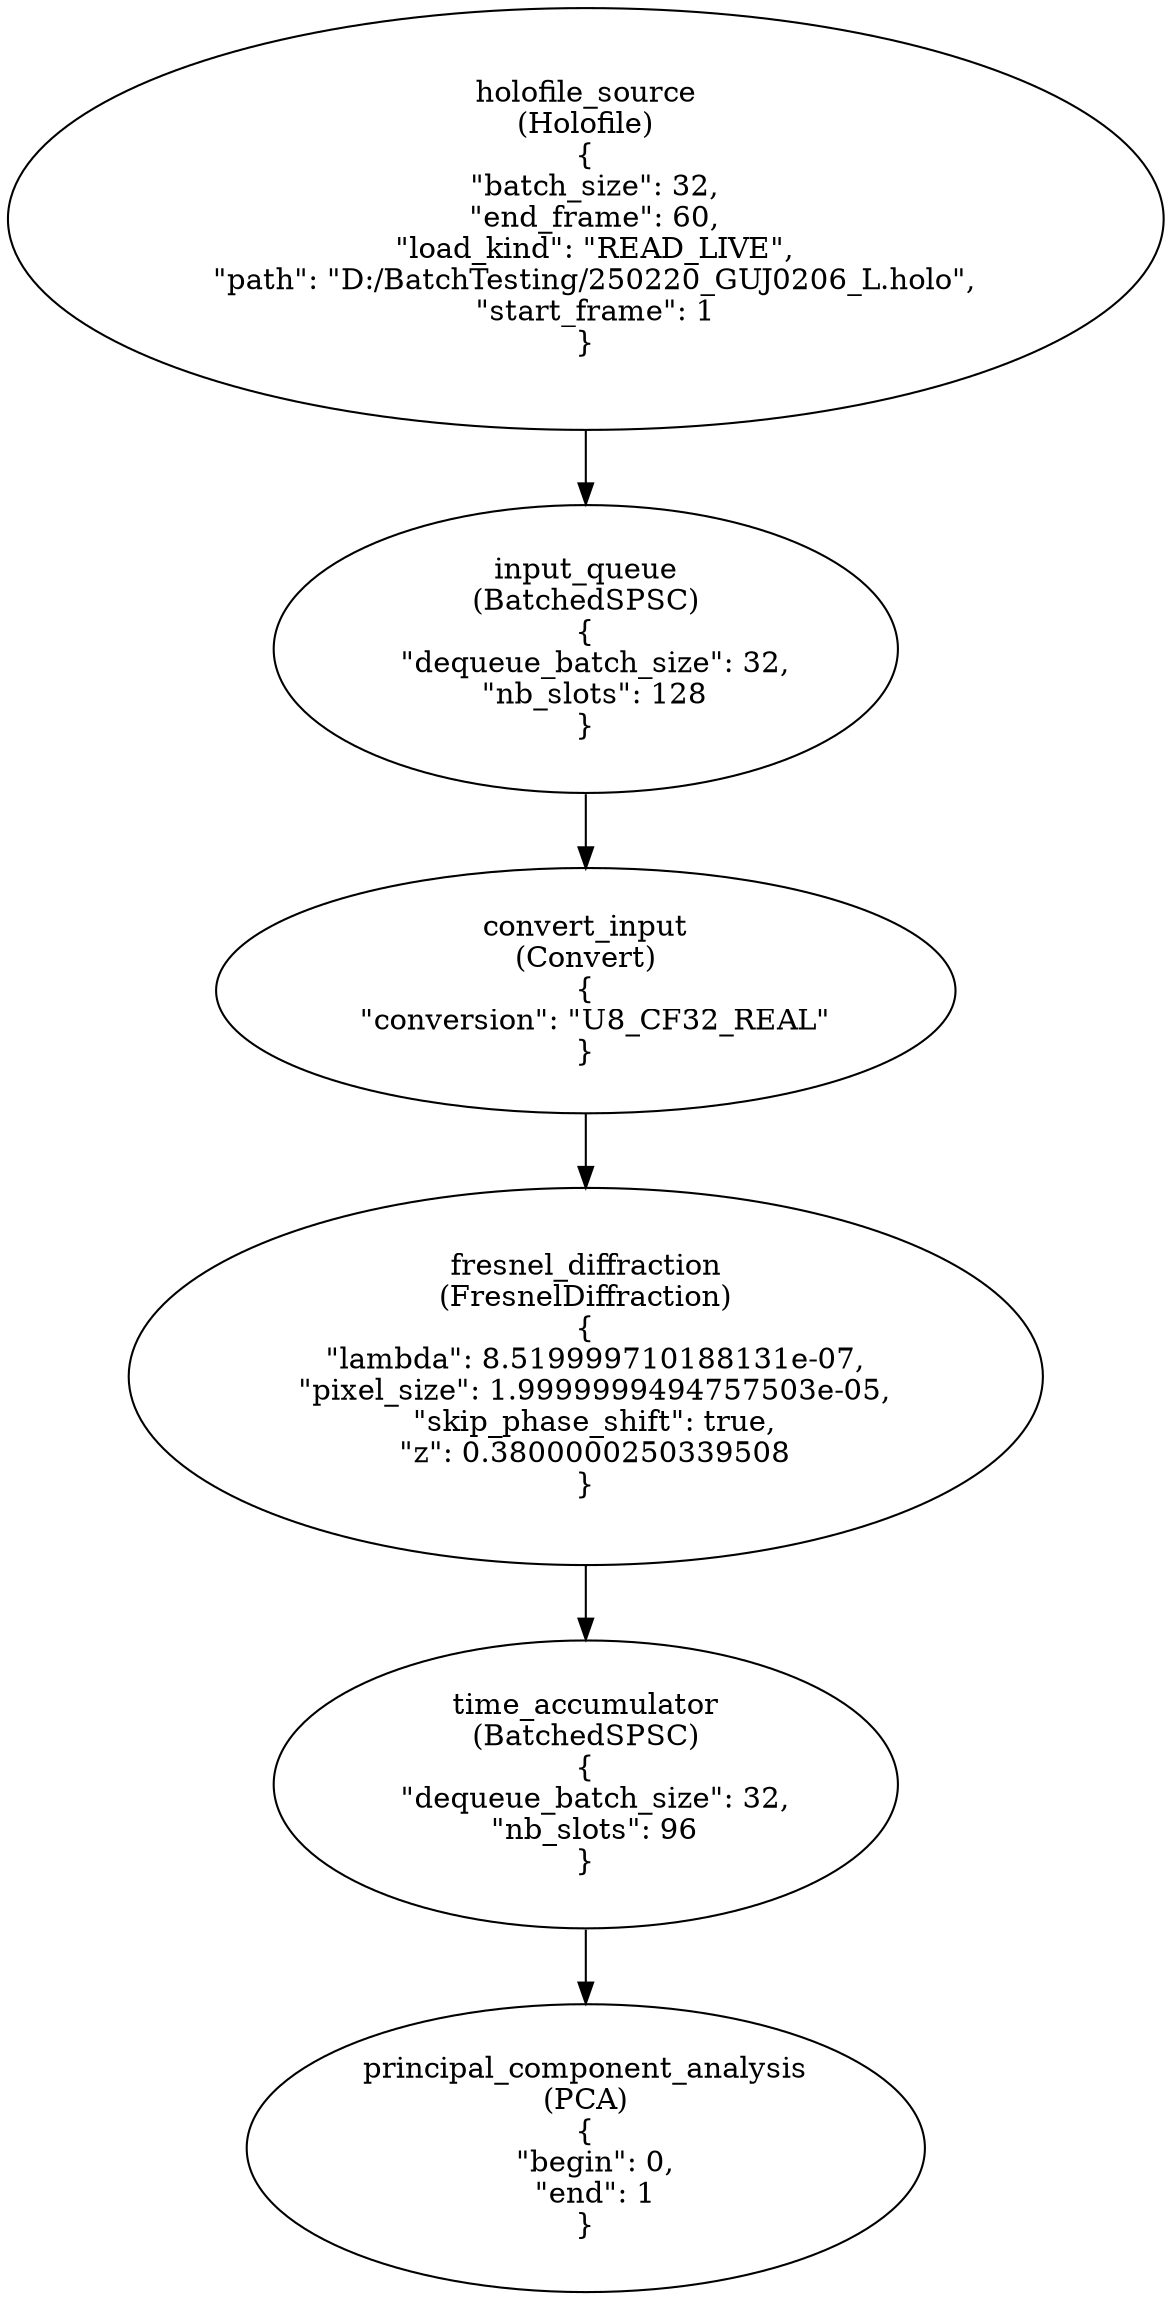
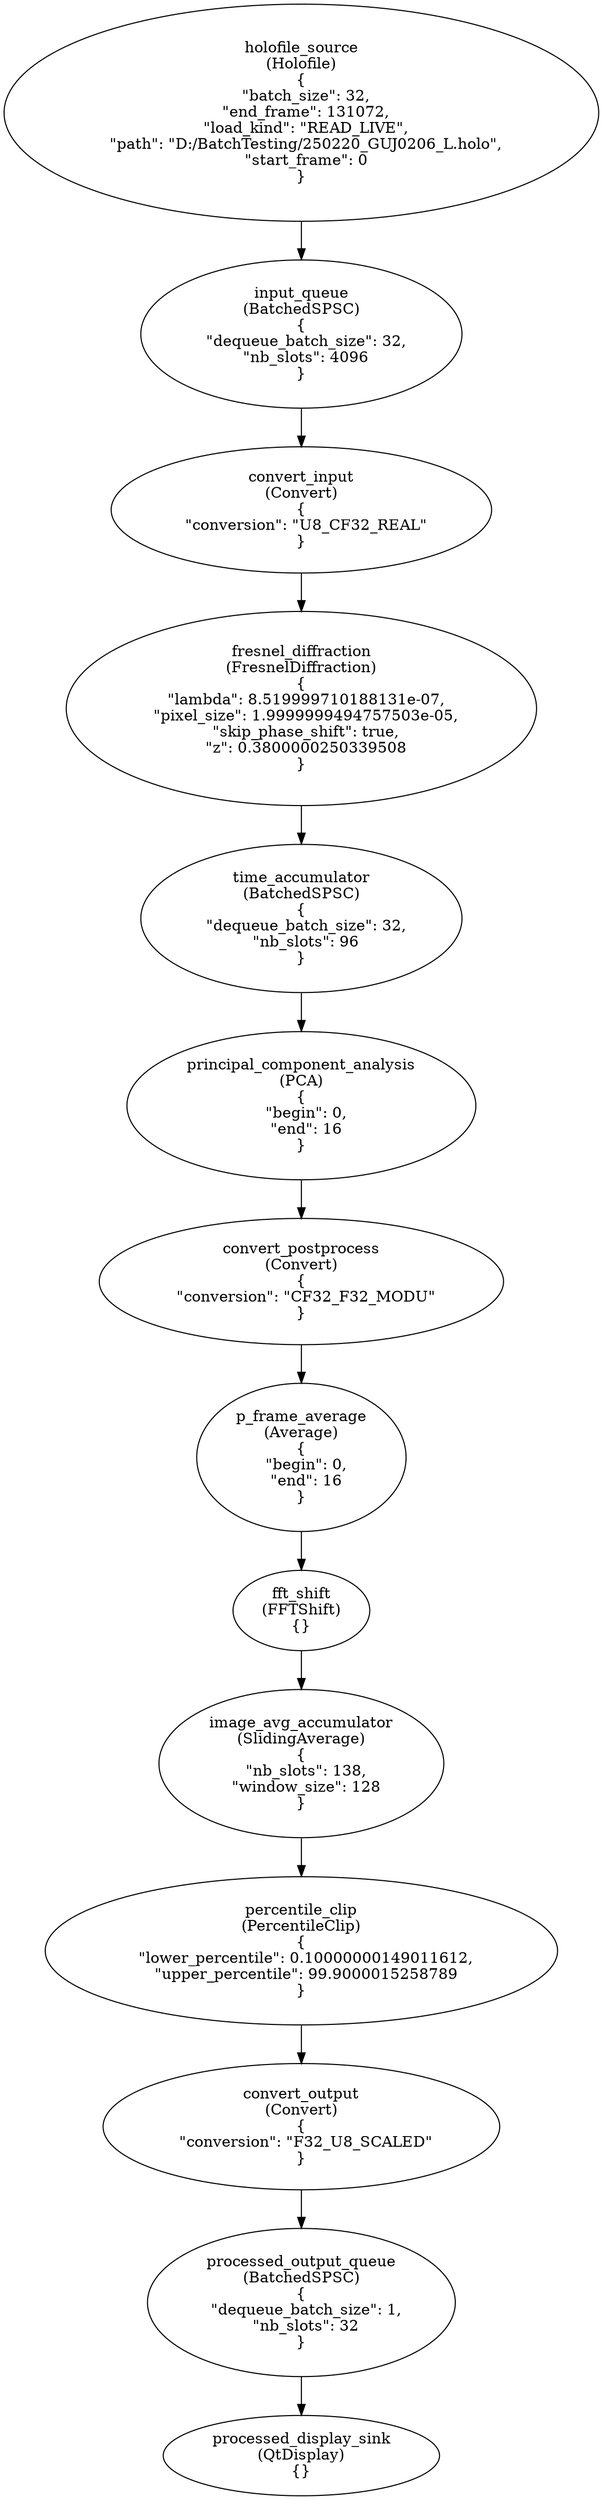
digraph G {
0[label="holofile_source\n(Holofile)\n{
  \"batch_size\": 32,
-   \"end_frame\": 60,
+   \"end_frame\": 131072,
  \"load_kind\": \"READ_LIVE\",
  \"path\": \"D:/BatchTesting/250220_GUJ0206_L.holo\",
-   \"start_frame\": 1
+   \"start_frame\": 0
}"];
1[label="input_queue\n(BatchedSPSC)\n{
  \"dequeue_batch_size\": 32,
-   \"nb_slots\": 128
+   \"nb_slots\": 4096
}"];
2[label="convert_input\n(Convert)\n{
  \"conversion\": \"U8_CF32_REAL\"
}"];
3[label="fresnel_diffraction\n(FresnelDiffraction)\n{
  \"lambda\": 8.519999710188131e-07,
  \"pixel_size\": 1.9999999494757503e-05,
  \"skip_phase_shift\": true,
  \"z\": 0.3800000250339508
}"];
4[label="time_accumulator\n(BatchedSPSC)\n{
  \"dequeue_batch_size\": 32,
  \"nb_slots\": 96
}"];
5[label="principal_component_analysis\n(PCA)\n{
  \"begin\": 0,
-   \"end\": 1
+   \"end\": 16
}"];
+ 6[label="convert_postprocess\n(Convert)\n{
+   \"conversion\": \"CF32_F32_MODU\"
+ }"];
+ 7[label="p_frame_average\n(Average)\n{
+   \"begin\": 0,
+   \"end\": 16
+ }"];
+ 8[label="fft_shift\n(FFTShift)\n{}"];
+ 9[label="image_avg_accumulator\n(SlidingAverage)\n{
+   \"nb_slots\": 138,
+   \"window_size\": 128
+ }"];
+ 10[label="percentile_clip\n(PercentileClip)\n{
+   \"lower_percentile\": 0.10000000149011612,
+   \"upper_percentile\": 99.9000015258789
+ }"];
+ 11[label="convert_output\n(Convert)\n{
+   \"conversion\": \"F32_U8_SCALED\"
+ }"];
+ 12[label="processed_output_queue\n(BatchedSPSC)\n{
+   \"dequeue_batch_size\": 1,
+   \"nb_slots\": 32
+ }"];
+ 13[label="processed_display_sink\n(QtDisplay)\n{}"];
0->1 ;
1->2 ;
2->3 ;
3->4 ;
4->5 ;
+ 5->6 ;
+ 6->7 ;
+ 7->8 ;
+ 8->9 ;
+ 9->10 ;
+ 10->11 ;
+ 11->12 ;
+ 12->13 ;
}
